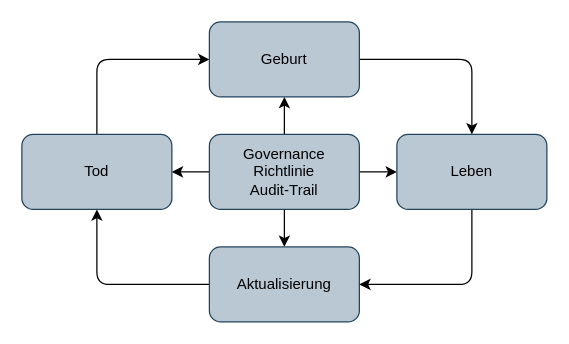
m-heim/IT-GRC keeps this draw.io diagram as seminararbeit/assets/idlc.drawio. Above is the earlier version. Source tidied: cells renumbered, new cells numbered last; positions are measured from the earlier drawing's top-left corner, leaving out a move shared by most shapes. Both pictures are drawn from the tidied source at 125%, with x=0, y=0 at pixel (21, 21).
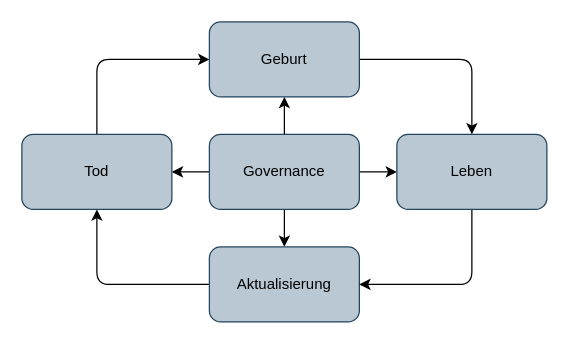
After the change.

Change to the diagram source:
```diff
@@
-    <mxCell id="6" value="Governance&lt;br&gt;Richtlinie&lt;br&gt;Audit-Trail" style="rounded=1;whiteSpace=wrap;html=1;fillColor=#bac8d3;strokeColor=#23445d;fontColor=#000000;" parent="1" vertex="1">
+    <mxCell id="6" value="Governance" style="rounded=1;whiteSpace=wrap;html=1;fillColor=#bac8d3;strokeColor=#23445d;fontColor=#000000;" parent="1" vertex="1">
       <mxGeometry x="150" y="90" width="120" height="60" as="geometry" />
     </mxCell>
```
